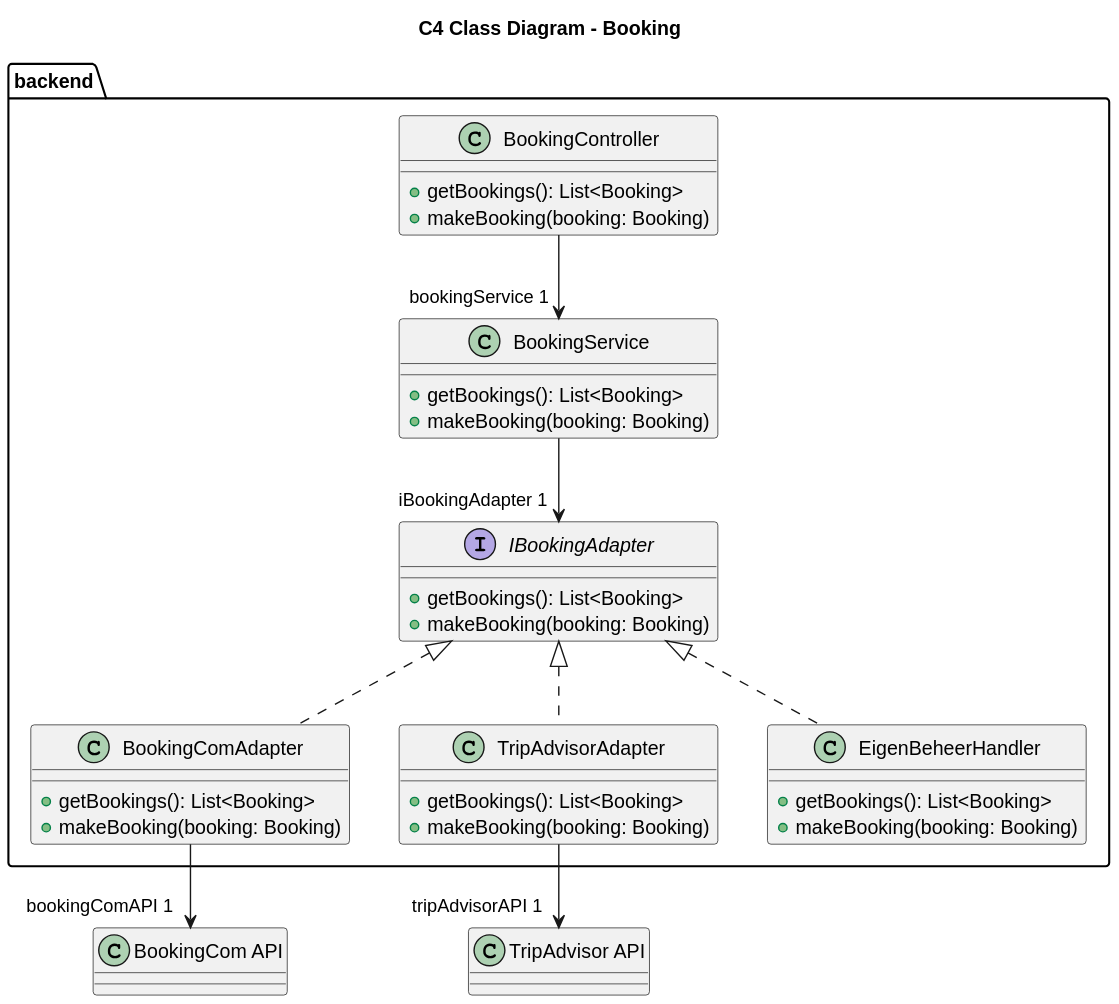
This is software-guidebook/sgb-bestanden/ontwerpvragen/Modifiability - class diagram.svg from AIM-ENE-feb25/triptop-groep-4-jochem-roald-stijn-a, a PlantUML export, as it was before one commit.
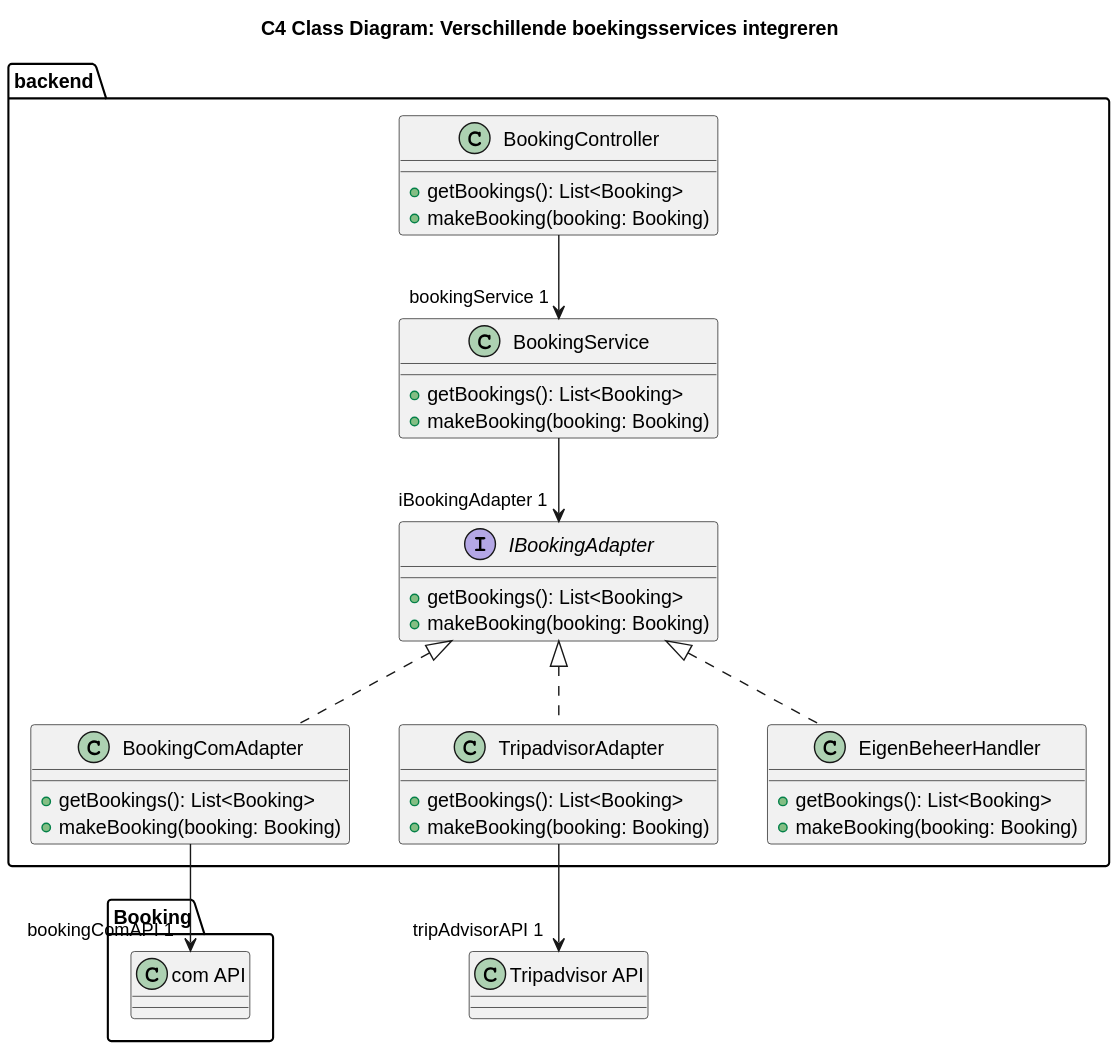
After the commit.

Change to the diagram source:
```diff
@@ -1,5 +1,5 @@
 @startuml
-title C4 Class Diagram - Booking
+title C4 Class Diagram: Verschillende boekingsservices integreren
 
 
 package "backend" {
@@ -14,7 +14,7 @@
     + makeBooking(booking: Booking)
 }
 
-class TripAdvisorAdapter {
+class TripadvisorAdapter {
     + getBookings(): List<Booking>
     + makeBooking(booking: Booking)
 }
@@ -37,10 +37,10 @@
 }
 
 IBookingAdapter <|.. BookingComAdapter
-IBookingAdapter <|.. TripAdvisorAdapter
+IBookingAdapter <|.. TripadvisorAdapter
 IBookingAdapter <|.. EigenBeheerHandler
-BookingComAdapter --> "bookingComAPI 1" "BookingCom API"
-TripAdvisorAdapter --> "tripAdvisorAPI 1" "TripAdvisor API"
+BookingComAdapter --> "bookingComAPI 1" "Booking.com API"
+TripadvisorAdapter --> "tripAdvisorAPI 1" "Tripadvisor API"
 
 BookingController --> "bookingService 1" BookingService
 BookingService --> "iBookingAdapter 1" IBookingAdapter
```
